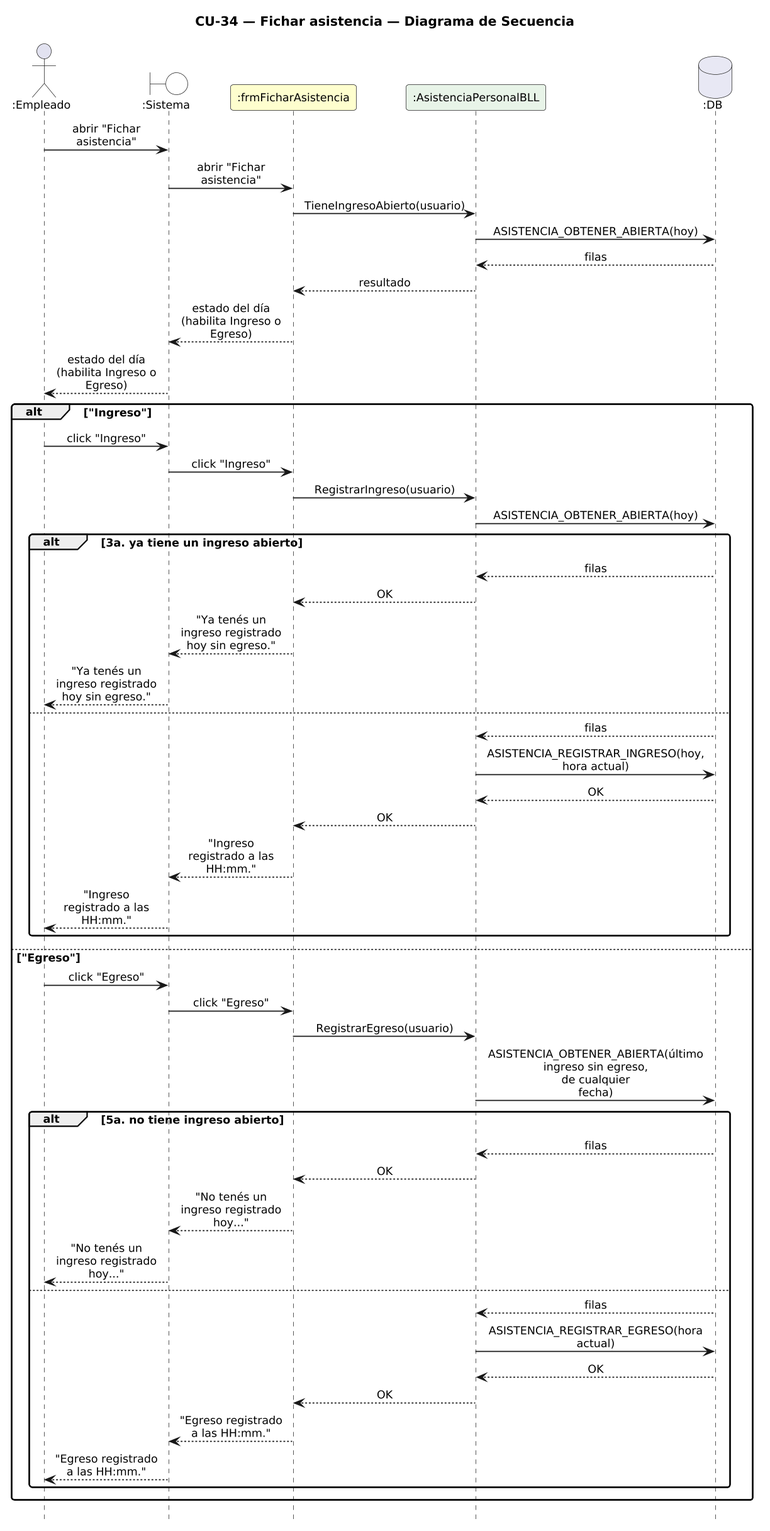
Urrels/ingenieria_software keeps this PlantUML diagram as DIAGRAMAS/DiagramaSecuencia_CU34_FicharAsistencia.png. Above is the earlier version.
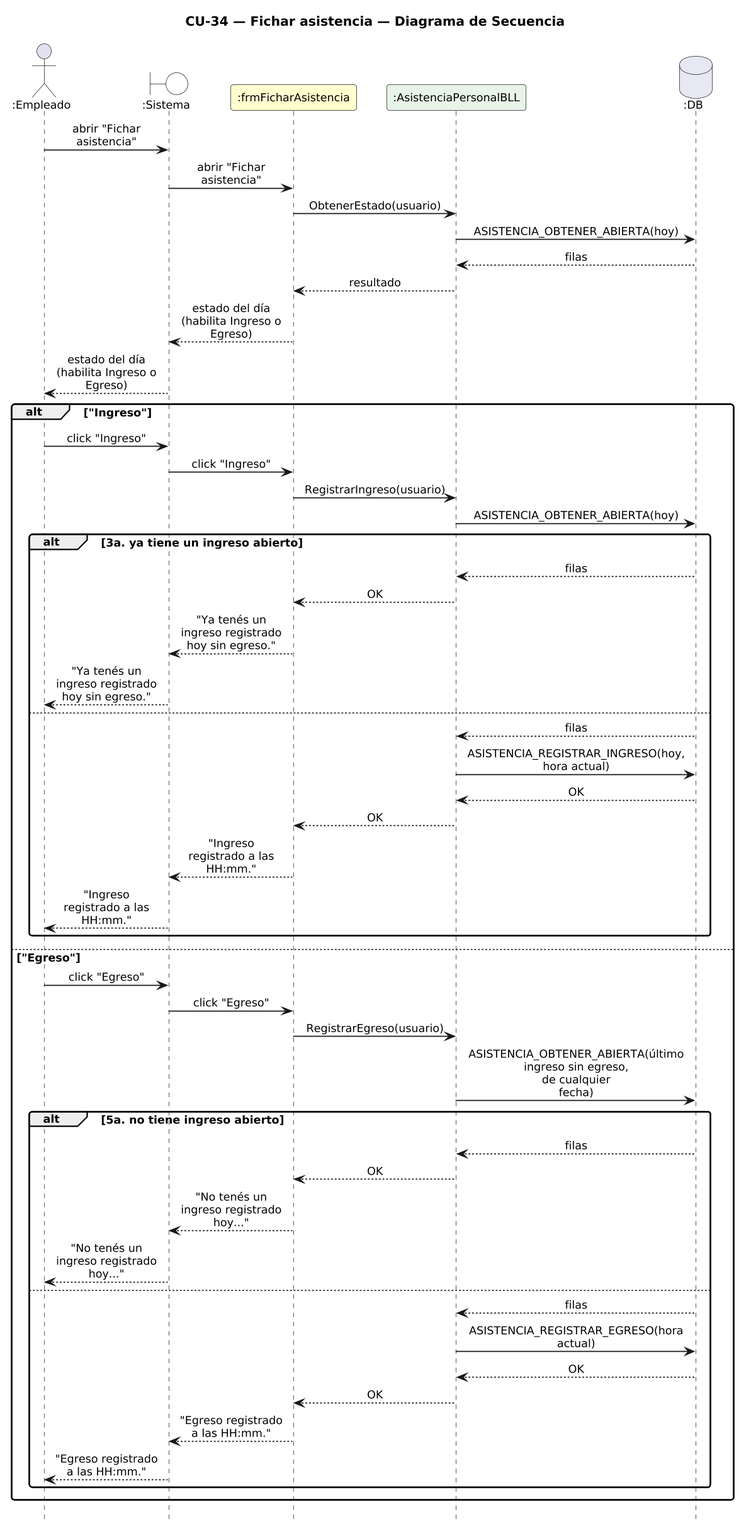
After the commit.

What changed in the source:
```diff
@@ -19,7 +19,7 @@
 
 E -> SYS : abrir "Fichar asistencia"
 SYS -> F : abrir "Fichar asistencia"
-F -> AB : TieneIngresoAbierto(usuario)
+F -> AB : ObtenerEstado(usuario)
 AB -> DB : ASISTENCIA_OBTENER_ABIERTA(hoy)
 DB --> AB : filas
 AB --> F : resultado
```
